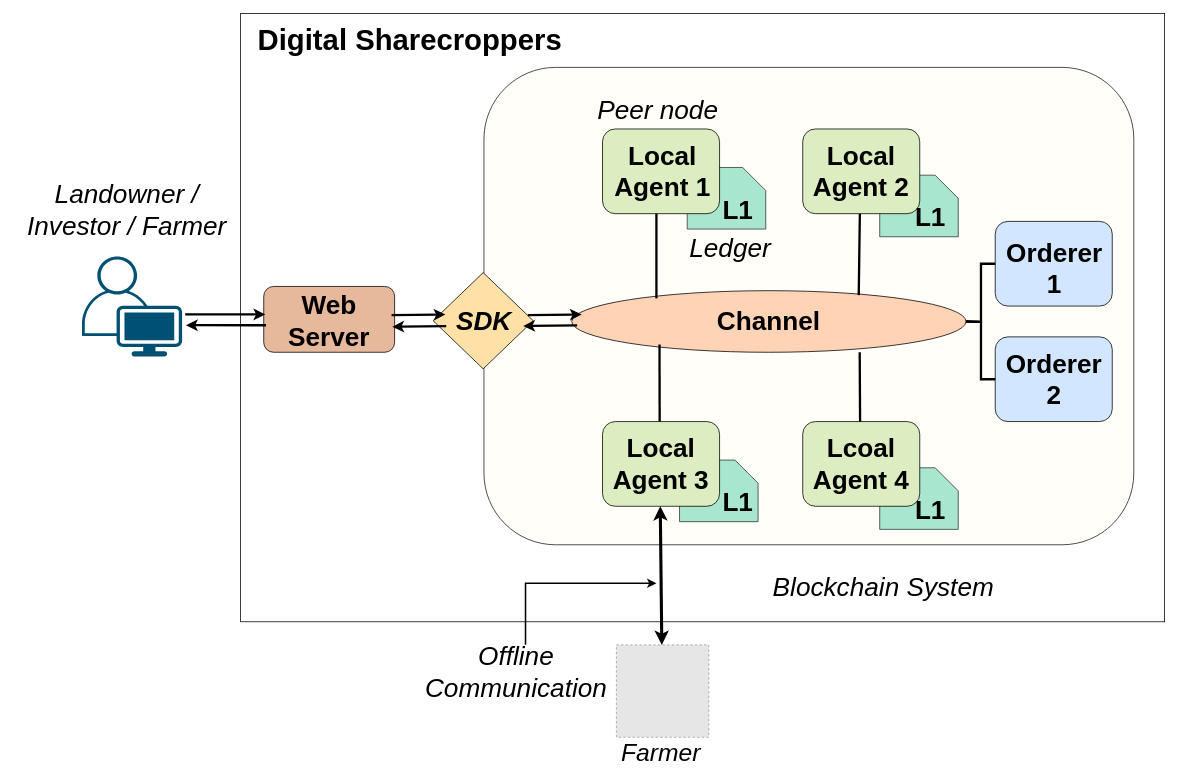
Before: page "Page-2" (2 of 4) of files/Fabric-Diagrams.drawio in Arif-Shahriar028/draw.io, a draw.io diagram. Source tidied: cells renumbered, new cells numbered last; positions are measured from the earlier drawing's top-left corner, leaving out a move shared by most shapes. Both pictures are drawn from the tidied source at 77%, with x=0, y=0 at pixel (13, 13). Pictures stored in the file or linked from it are replaced by grey dashed boxes.
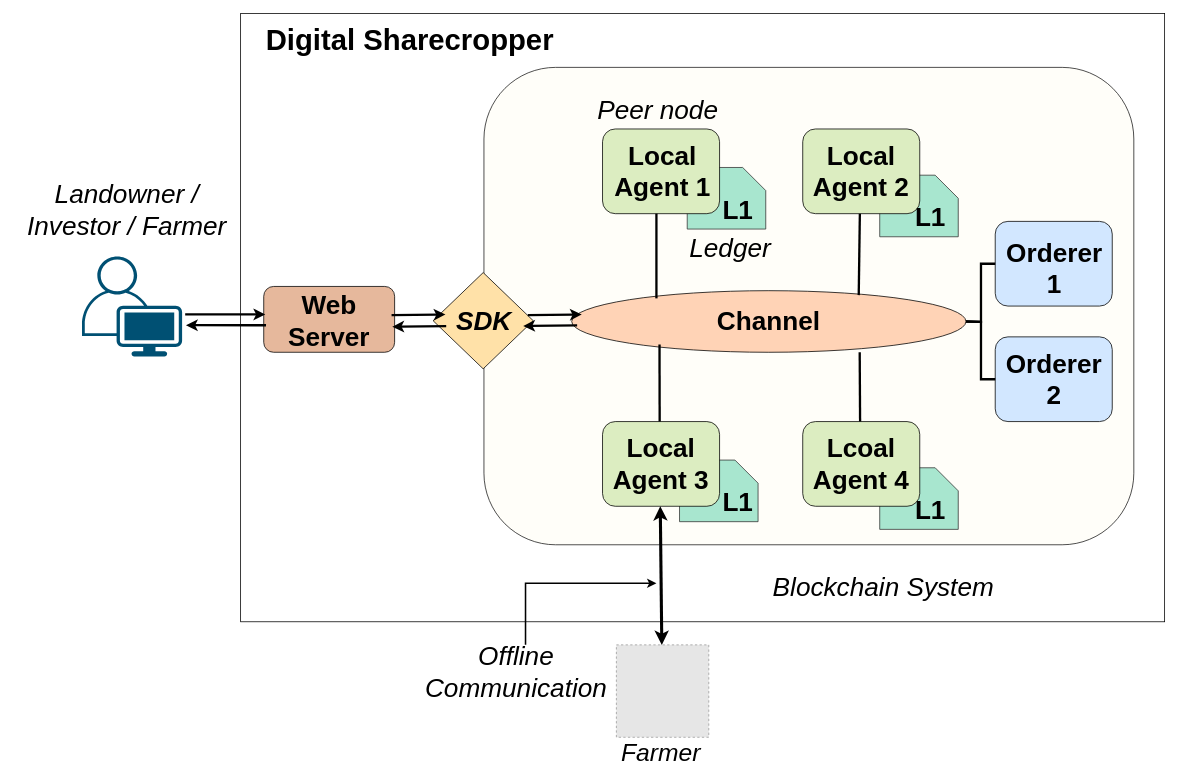
The same diagram, later.

Diff of the diagram source:
```diff
@@
-    <mxCell id="40" value="&lt;font style=&quot;font-size: 38px;&quot;&gt;&lt;span style=&quot;font-size: 38px;&quot;&gt;Digital Sharecroppers&lt;/span&gt;&lt;/font&gt;" style="text;html=1;strokeColor=none;fillColor=none;align=center;verticalAlign=middle;whiteSpace=wrap;rounded=0;fontStyle=1;fontSize=38;" parent="1" vertex="1">
+    <mxCell id="40" value="&lt;font style=&quot;font-size: 38px;&quot;&gt;&lt;span style=&quot;font-size: 38px;&quot;&gt;Digital Sharecropper&lt;/span&gt;&lt;/font&gt;" style="text;html=1;strokeColor=none;fillColor=none;align=center;verticalAlign=middle;whiteSpace=wrap;rounded=0;fontStyle=1;fontSize=38;" parent="1" vertex="1">
       <mxGeometry x="315" y="20" width="400" height="30" as="geometry" />
     </mxCell>
```
